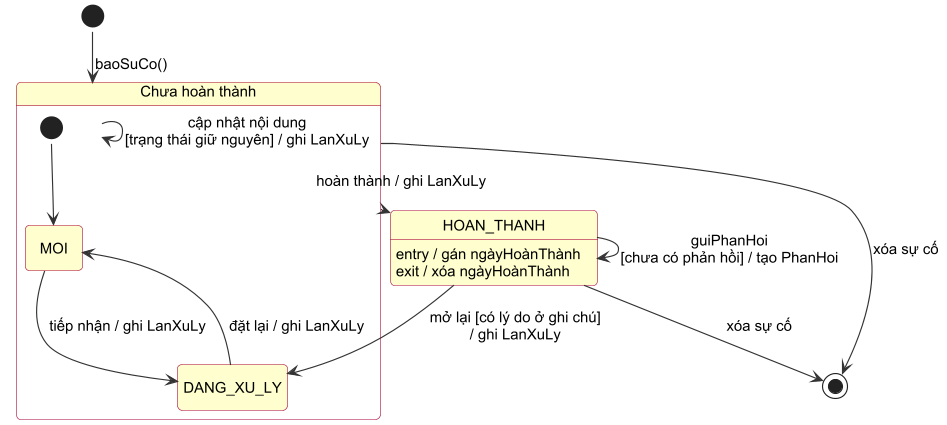
Before: docs/uml/h3_4a_trangthai_suco.png, a diagram exported from PlantUML (greyd254/IMS_TEST).
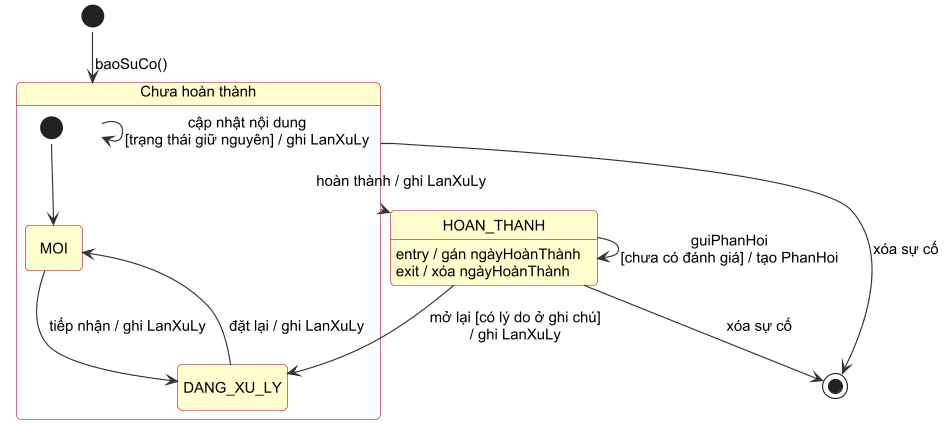
After the change.

Change to the diagram source:
```diff
@@ -18,7 +18,7 @@
 HOAN_THANH --> DANG_XU_LY : mở lại [có lý do ở ghi chú]\n/ ghi LanXuLy
 
 ChuaHoanThanh --> ChuaHoanThanh : cập nhật nội dung\n[trạng thái giữ nguyên] / ghi LanXuLy
-HOAN_THANH --> HOAN_THANH : guiPhanHoi\n[chưa có phản hồi] / tạo PhanHoi
+HOAN_THANH --> HOAN_THANH : guiPhanHoi\n[chưa có đánh giá] / tạo PhanHoi
 
 ChuaHoanThanh --> [*] : xóa sự cố
 HOAN_THANH --> [*] : xóa sự cố
```
